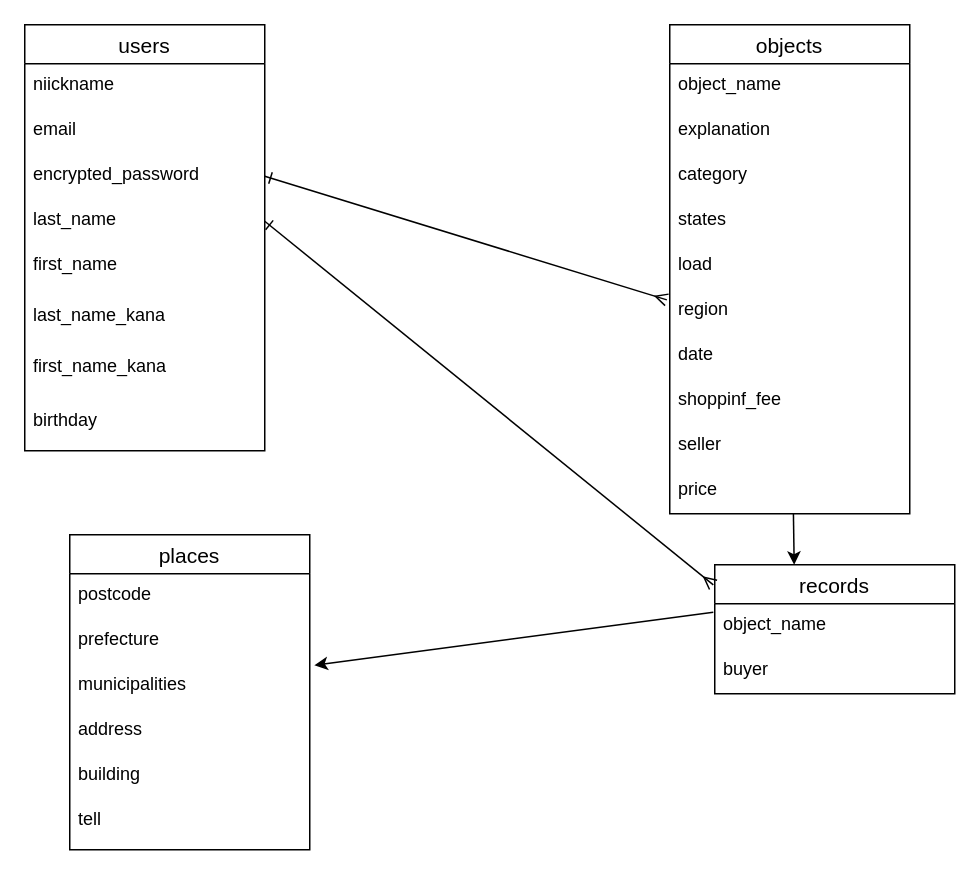
Above: test.dio in marugit28/furima-38923 (draw.io), before the change. Source tidied: cells renumbered, new cells numbered last; positions are measured from the earlier drawing's top-left corner, leaving out a move shared by most shapes. Both pictures are drawn from the tidied source at 150%, with x=0, y=0 at pixel (24, 24).
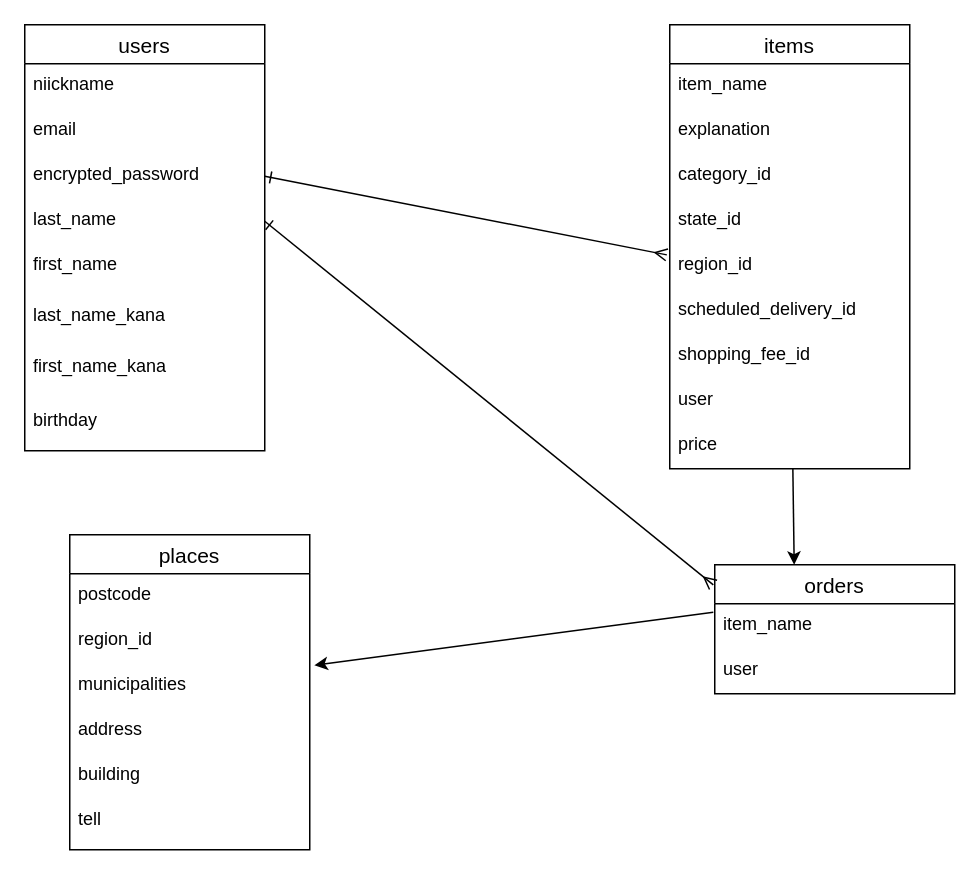
The same page after the edit.

Unchanged cells that the change refers to:
```xml
<mxCell id="2" value="places" style="swimlane;fontStyle=0;horizontal=1;startSize=26;align=center;fontSize=14;" parent="1" vertex="1">
  <mxGeometry x="30" y="340" width="160" height="210" as="geometry" />
</mxCell>
```

What changed in the source:
```diff
@@
-    <mxCell id="4" value="prefecture" style="text;strokeColor=none;fillColor=none;spacingLeft=4;spacingRight=4;overflow=hidden;fontSize=12;" parent="2" vertex="1">
+    <mxCell id="4" value="region_id" style="text;strokeColor=none;fillColor=none;spacingLeft=4;spacingRight=4;overflow=hidden;fontSize=12;" parent="2" vertex="1">
       <mxGeometry y="56" width="160" height="30" as="geometry" />
     </mxCell>
@@
-    <mxCell id="10" value="objects" style="swimlane;fontStyle=0;horizontal=1;startSize=26;align=center;fontSize=14;" parent="1" vertex="1">
-      <mxGeometry x="430" width="160" height="326" as="geometry" />
+    <mxCell id="10" value="items" style="swimlane;fontStyle=0;horizontal=1;startSize=26;align=center;fontSize=14;" parent="1" vertex="1">
+      <mxGeometry x="430" width="160" height="296" as="geometry" />
     </mxCell>
-    <mxCell id="11" value="object_name" style="text;strokeColor=none;fillColor=none;spacingLeft=4;spacingRight=4;overflow=hidden;fontSize=12;" parent="10" vertex="1">
+    <mxCell id="11" value="item_name" style="text;strokeColor=none;fillColor=none;spacingLeft=4;spacingRight=4;overflow=hidden;fontSize=12;" parent="10" vertex="1">
       <mxGeometry y="26" width="160" height="30" as="geometry" />
     </mxCell>
@@
-    <mxCell id="13" value="category" style="text;strokeColor=none;fillColor=none;spacingLeft=4;spacingRight=4;overflow=hidden;fontSize=12;" parent="10" vertex="1">
+    <mxCell id="13" value="category_id" style="text;strokeColor=none;fillColor=none;spacingLeft=4;spacingRight=4;overflow=hidden;fontSize=12;" parent="10" vertex="1">
       <mxGeometry y="86" width="160" height="30" as="geometry" />
     </mxCell>
-    <mxCell id="14" value="states" style="text;strokeColor=none;fillColor=none;spacingLeft=4;spacingRight=4;overflow=hidden;fontSize=12;" parent="10" vertex="1">
+    <mxCell id="14" value="state_id" style="text;strokeColor=none;fillColor=none;spacingLeft=4;spacingRight=4;overflow=hidden;fontSize=12;" parent="10" vertex="1">
       <mxGeometry y="116" width="160" height="30" as="geometry" />
     </mxCell>
-    <mxCell id="15" value="load" style="text;strokeColor=none;fillColor=none;spacingLeft=4;spacingRight=4;overflow=hidden;fontSize=12;" parent="10" vertex="1">
-      <mxGeometry y="146" width="160" height="30" as="geometry" />
-    </mxCell>
-    <mxCell id="16" value="region" style="text;strokeColor=none;fillColor=none;spacingLeft=4;spacingRight=4;overflow=hidden;points=[[0,0.5],[1,0.5]];portConstraint=eastwest;fontSize=12;" parent="10" vertex="1">
-      <mxGeometry y="176" width="160" height="30" as="geometry" />
+    <mxCell id="16" value="region_id" style="text;strokeColor=none;fillColor=none;spacingLeft=4;spacingRight=4;overflow=hidden;points=[[0,0.5],[1,0.5]];portConstraint=eastwest;fontSize=12;" parent="10" vertex="1">
+      <mxGeometry y="146" width="160" height="30" as="geometry" />
     </mxCell>
-    <mxCell id="17" value="date" style="text;strokeColor=none;fillColor=none;spacingLeft=4;spacingRight=4;overflow=hidden;fontSize=12;" parent="10" vertex="1">
-      <mxGeometry y="206" width="160" height="30" as="geometry" />
+    <mxCell id="17" value="scheduled_delivery_id" style="text;strokeColor=none;fillColor=none;spacingLeft=4;spacingRight=4;overflow=hidden;fontSize=12;" parent="10" vertex="1">
+      <mxGeometry y="176" width="160" height="30" as="geometry" />
     </mxCell>
-    <mxCell id="18" value="shoppinf_fee" style="text;strokeColor=none;fillColor=none;spacingLeft=4;spacingRight=4;overflow=hidden;fontSize=12;" parent="10" vertex="1">
-      <mxGeometry y="236" width="160" height="30" as="geometry" />
+    <mxCell id="18" value="shopping_fee_id" style="text;strokeColor=none;fillColor=none;spacingLeft=4;spacingRight=4;overflow=hidden;fontSize=12;" parent="10" vertex="1">
+      <mxGeometry y="206" width="160" height="30" as="geometry" />
     </mxCell>
-    <mxCell id="19" value="seller" style="text;strokeColor=none;fillColor=none;spacingLeft=4;spacingRight=4;overflow=hidden;fontSize=12;" parent="10" vertex="1">
-      <mxGeometry y="266" width="160" height="30" as="geometry" />
+    <mxCell id="19" value="user" style="text;strokeColor=none;fillColor=none;spacingLeft=4;spacingRight=4;overflow=hidden;fontSize=12;" parent="10" vertex="1">
+      <mxGeometry y="236" width="160" height="30" as="geometry" />
     </mxCell>
     <mxCell id="20" value="price" style="text;strokeColor=none;fillColor=none;spacingLeft=4;spacingRight=4;overflow=hidden;fontSize=12;" parent="10" vertex="1">
-      <mxGeometry y="296" width="160" height="30" as="geometry" />
+      <mxGeometry y="266" width="160" height="30" as="geometry" />
     </mxCell>
@@
-    <mxCell id="30" value="records" style="swimlane;fontStyle=0;horizontal=1;startSize=26;align=center;fontSize=14;" parent="1" vertex="1">
+    <mxCell id="30" value="orders" style="swimlane;fontStyle=0;horizontal=1;startSize=26;align=center;fontSize=14;" parent="1" vertex="1">
       <mxGeometry x="460" y="360" width="160" height="86" as="geometry" />
     </mxCell>
-    <mxCell id="31" value="object_name" style="text;strokeColor=none;fillColor=none;spacingLeft=4;spacingRight=4;overflow=hidden;points=[[0,0.5],[1,0.5]];portConstraint=eastwest;fontSize=12;labelBorderColor=none;" parent="30" vertex="1">
+    <mxCell id="31" value="item_name" style="text;strokeColor=none;fillColor=none;spacingLeft=4;spacingRight=4;overflow=hidden;points=[[0,0.5],[1,0.5]];portConstraint=eastwest;fontSize=12;labelBorderColor=none;" parent="30" vertex="1">
       <mxGeometry y="26" width="160" height="30" as="geometry" />
     </mxCell>
-    <mxCell id="32" value="buyer" style="text;strokeColor=none;fillColor=none;spacingLeft=4;spacingRight=4;overflow=hidden;fontSize=12;" parent="30" vertex="1">
+    <mxCell id="32" value="user" style="text;strokeColor=none;fillColor=none;spacingLeft=4;spacingRight=4;overflow=hidden;fontSize=12;" parent="30" vertex="1">
       <mxGeometry y="56" width="160" height="30" as="geometry" />
     </mxCell>
```
